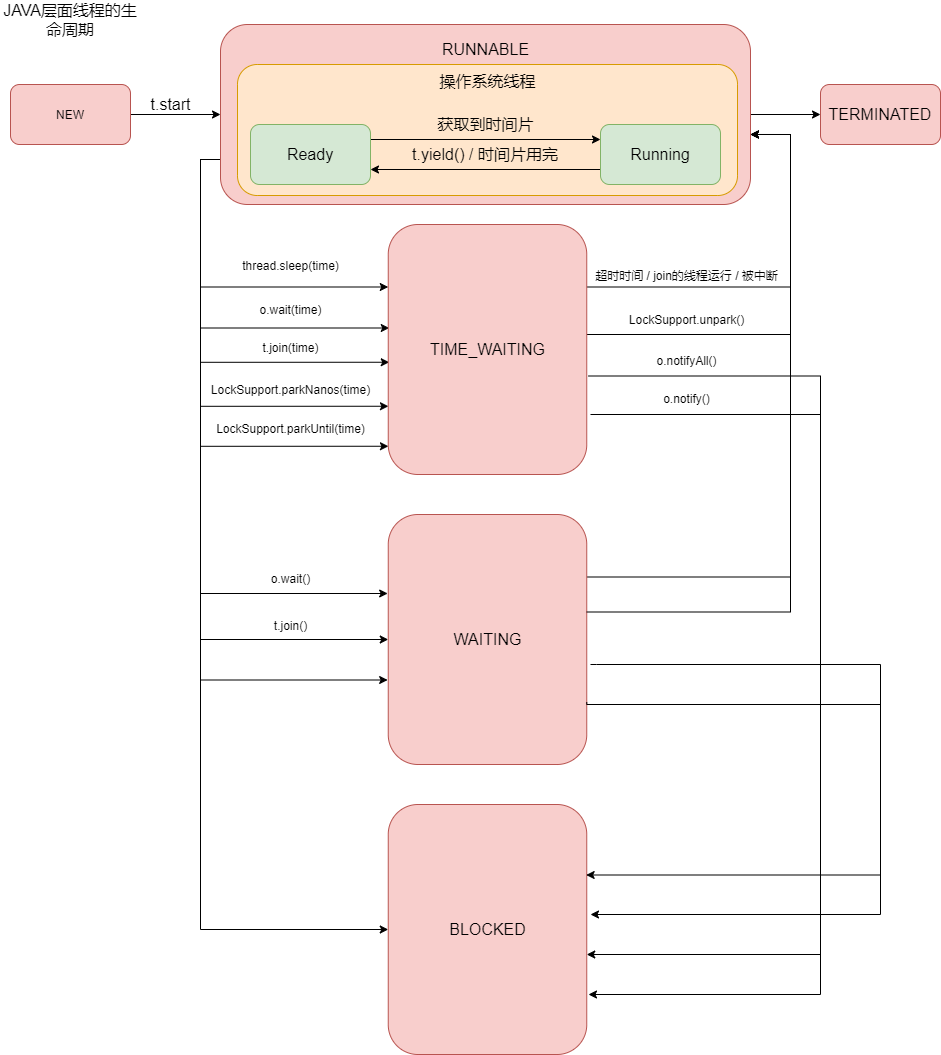
This is 多线程与高并发/java_thread.png from LePeitiPrince/note-picture, a draw.io export, as it was before one commit. Source tidied: cells renumbered, new cells last; positions are measured from the earlier drawing's top-left corner, leaving out a move shared by most shapes.
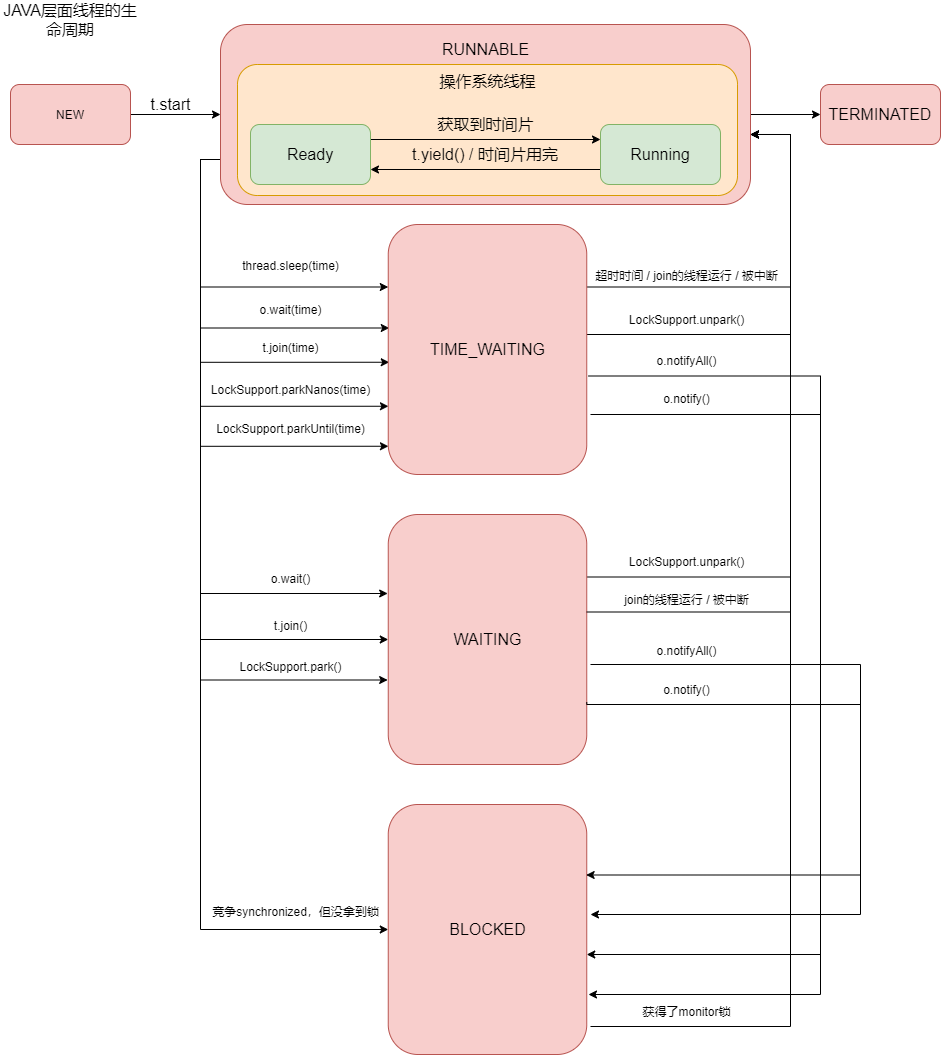
After the commit.

Change to the diagram source:
```diff
@@ -176,9 +176,8 @@
         <mxPoint x="590" y="660" as="sourcePoint" />
         <mxPoint x="590" y="910" as="targetPoint" />
         <Array as="points">
-          <mxPoint x="596" y="660" />
-          <mxPoint x="880" y="660" />
-          <mxPoint x="880" y="910" />
+          <mxPoint x="860" y="660" />
+          <mxPoint x="860" y="910" />
         </Array>
       </mxGeometry>
     </mxCell>
@@ -186,8 +185,8 @@
       <mxGeometry relative="1" as="geometry">
         <Array as="points">
           <mxPoint x="586" y="700" />
-          <mxPoint x="880" y="700" />
-          <mxPoint x="880" y="871" />
+          <mxPoint x="860" y="700" />
+          <mxPoint x="860" y="871" />
         </Array>
       </mxGeometry>
     </mxCell>
@@ -197,5 +196,36 @@
     <mxCell id="48" value="&lt;span style=&quot;font-size: 12px&quot;&gt;t.join()&lt;/span&gt;" style="text;html=1;align=center;verticalAlign=middle;strokeColor=none;fillColor=none;fontSize=16;" parent="1" vertex="1">
       <mxGeometry x="265" y="610" width="50" height="20" as="geometry" />
     </mxCell>
+    <mxCell id="49" value="&lt;span style=&quot;font-size: 12px&quot;&gt;LockSupport.park()&lt;/span&gt;" style="text;html=1;align=center;verticalAlign=middle;strokeColor=none;fillColor=none;fontSize=16;" parent="1" vertex="1">
+      <mxGeometry x="230" y="651" width="120" height="20" as="geometry" />
+    </mxCell>
+    <mxCell id="50" value="&lt;span style=&quot;font-size: 12px&quot;&gt;LockSupport.unpark()&lt;/span&gt;" style="text;html=1;align=center;verticalAlign=middle;strokeColor=none;fillColor=none;fontSize=16;" parent="1" vertex="1">
+      <mxGeometry x="621.2" y="546" width="130" height="20" as="geometry" />
+    </mxCell>
+    <mxCell id="51" value="&lt;span style=&quot;font-size: 12px&quot;&gt;join的线程运行 / 被中断&lt;/span&gt;" style="text;html=1;align=center;verticalAlign=middle;strokeColor=none;fillColor=none;fontSize=16;" parent="1" vertex="1">
+      <mxGeometry x="616.2" y="584" width="140" height="20" as="geometry" />
+    </mxCell>
+    <mxCell id="52" value="&lt;span style=&quot;font-size: 12px&quot;&gt;o.notifyAll()&lt;/span&gt;" style="text;html=1;align=center;verticalAlign=middle;strokeColor=none;fillColor=none;fontSize=16;" parent="1" vertex="1">
+      <mxGeometry x="646.2" y="635" width="80" height="20" as="geometry" />
+    </mxCell>
+    <mxCell id="53" value="&lt;span style=&quot;font-size: 12px&quot;&gt;o.notify()&lt;/span&gt;" style="text;html=1;align=center;verticalAlign=middle;strokeColor=none;fillColor=none;fontSize=16;" parent="1" vertex="1">
+      <mxGeometry x="656.2" y="674" width="60" height="20" as="geometry" />
+    </mxCell>
+    <mxCell id="54" value="&lt;span style=&quot;font-size: 12px&quot;&gt;竞争synchronized，但没拿到锁&lt;/span&gt;" style="text;html=1;align=center;verticalAlign=middle;strokeColor=none;fillColor=none;fontSize=16;" parent="1" vertex="1">
+      <mxGeometry x="205" y="896" width="180" height="20" as="geometry" />
+    </mxCell>
+    <mxCell id="55" style="edgeStyle=orthogonalEdgeStyle;rounded=0;orthogonalLoop=1;jettySize=auto;html=1;fontSize=12;" parent="1" edge="1">
+      <mxGeometry relative="1" as="geometry">
+        <mxPoint x="590" y="1022" as="sourcePoint" />
+        <mxPoint x="750" y="130" as="targetPoint" />
+        <Array as="points">
+          <mxPoint x="790" y="1022" />
+          <mxPoint x="790" y="130" />
+        </Array>
+      </mxGeometry>
+    </mxCell>
+    <mxCell id="56" value="&lt;span style=&quot;font-size: 12px&quot;&gt;获得了monitor锁&lt;/span&gt;" style="text;html=1;align=center;verticalAlign=middle;strokeColor=none;fillColor=none;fontSize=16;" parent="1" vertex="1">
+      <mxGeometry x="636.2" y="996" width="100" height="20" as="geometry" />
+    </mxCell>
   </root>
 </mxGraphModel>
```
